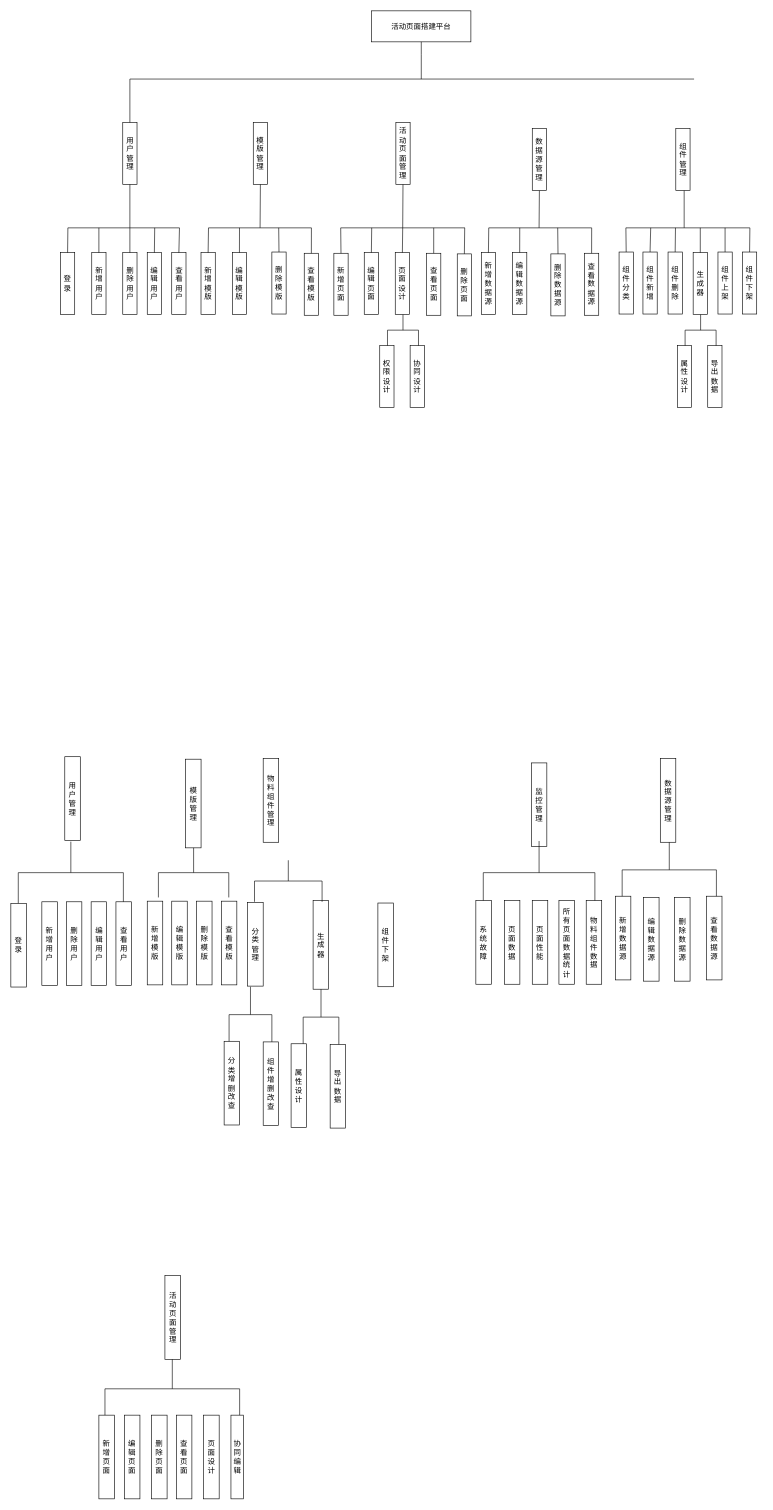
The draw.io diagram 第四章结构图.drawio in yuxinyu12345/diagrams, before the edit. Source tidied: cells renumbered, new cells numbered last; positions are measured from the earlier drawing's top-left corner, leaving out a move shared by most shapes. Both pictures are drawn from the tidied source at 62%, with x=0, y=0 at pixel (11, 11).
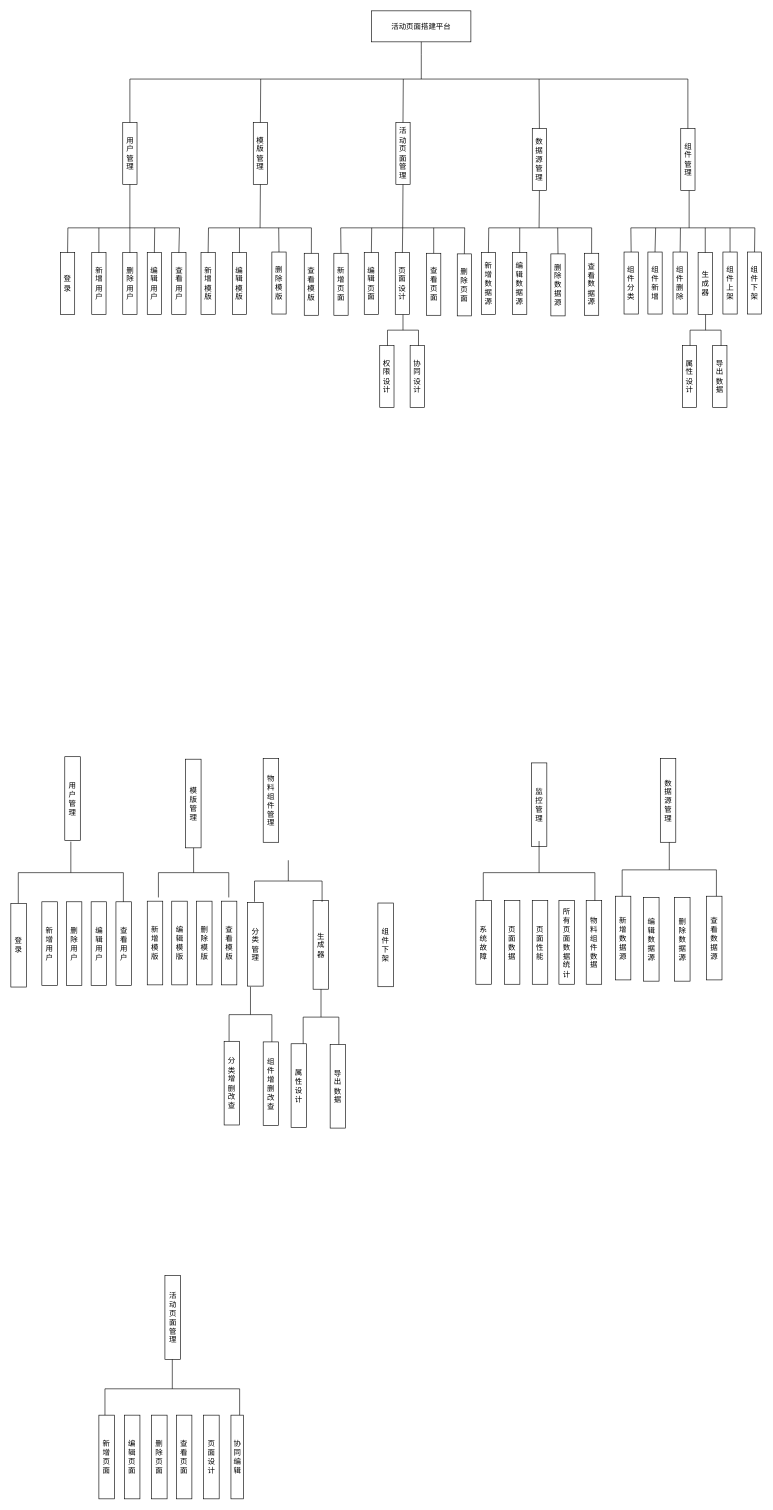
The same diagram, later.

Commit message:
更新第四章结构图.drawio

The change refers to these unchanged cells:
```xml
<mxCell id="49" value="模版管理" style="rounded=0;whiteSpace=wrap;html=1;" parent="1" vertex="1">
  <mxGeometry x="391" y="180" width="23" height="100" as="geometry" />
</mxCell>
<mxCell id="51" value="活动页面管理" style="rounded=0;whiteSpace=wrap;html=1;" parent="1" vertex="1">
  <mxGeometry x="621" y="180" width="23" height="100" as="geometry" />
</mxCell>
<mxCell id="84" value="数据源管理" style="rounded=0;whiteSpace=wrap;html=1;" parent="1" vertex="1">
  <mxGeometry x="841" y="190" width="23" height="100" as="geometry" />
</mxCell>
```

Change to the diagram source:
```diff
@@
     <mxCell id="50" value="组件管理" style="rounded=0;whiteSpace=wrap;html=1;" parent="1" vertex="1">
-      <mxGeometry x="1072.5" y="190" width="23" height="100" as="geometry" />
+      <mxGeometry x="1080.5" y="190" width="23" height="100" as="geometry" />
     </mxCell>
@@
     <mxCell id="53" style="endArrow=none;html=1;rounded=0;" parent="1" edge="1">
       <mxGeometry relative="1" as="geometry">
         <mxPoint x="192" y="110" as="sourcePoint" />
-        <mxPoint x="1102" y="110" as="targetPoint" />
+        <mxPoint x="1092" y="110" as="targetPoint" />
       </mxGeometry>
     </mxCell>
@@
     <mxCell id="102" value="组件分类" style="rounded=0;whiteSpace=wrap;html=1;" parent="1" vertex="1">
-      <mxGeometry x="981" y="389" width="23" height="100" as="geometry" />
+      <mxGeometry x="989" y="389" width="23" height="100" as="geometry" />
     </mxCell>
     <mxCell id="103" value="组件新增" style="rounded=0;whiteSpace=wrap;html=1;" parent="1" vertex="1">
-      <mxGeometry x="1019.5" y="389" width="23" height="100" as="geometry" />
+      <mxGeometry x="1027.5" y="389" width="23" height="100" as="geometry" />
     </mxCell>
     <mxCell id="104" value="组件删除" style="rounded=0;whiteSpace=wrap;html=1;" parent="1" vertex="1">
-      <mxGeometry x="1060" y="389" width="23" height="100" as="geometry" />
+      <mxGeometry x="1068" y="389" width="23" height="100" as="geometry" />
     </mxCell>
     <mxCell id="105" value="生成器" style="rounded=0;whiteSpace=wrap;html=1;" parent="1" vertex="1">
-      <mxGeometry x="1100.5" y="390" width="23" height="100" as="geometry" />
+      <mxGeometry x="1108.5" y="390" width="23" height="100" as="geometry" />
     </mxCell>
     <mxCell id="106" value="组件上架" style="rounded=0;whiteSpace=wrap;html=1;" parent="1" vertex="1">
-      <mxGeometry x="1140.5" y="389" width="23" height="100" as="geometry" />
+      <mxGeometry x="1148.5" y="389" width="23" height="100" as="geometry" />
     </mxCell>
     <mxCell id="107" value="组件下架" style="rounded=0;whiteSpace=wrap;html=1;" parent="1" vertex="1">
-      <mxGeometry x="1180" y="389" width="23" height="100" as="geometry" />
+      <mxGeometry x="1188" y="389" width="23" height="100" as="geometry" />
     </mxCell>
     <mxCell id="108" style="endArrow=none;html=1;rounded=0;entryX=0.5;entryY=1;entryDx=0;entryDy=0;" parent="1" edge="1">
       <mxGeometry relative="1" as="geometry">
-        <mxPoint x="1086" y="350" as="sourcePoint" />
-        <mxPoint x="1086" y="290" as="targetPoint" />
+        <mxPoint x="1094" y="350" as="sourcePoint" />
+        <mxPoint x="1094" y="290" as="targetPoint" />
       </mxGeometry>
     </mxCell>
     <mxCell id="109" style="endArrow=none;html=1;rounded=0;" parent="1" edge="1">
       <mxGeometry relative="1" as="geometry">
-        <mxPoint x="992" y="350" as="sourcePoint" />
-        <mxPoint x="1192" y="350" as="targetPoint" />
+        <mxPoint x="1000" y="350" as="sourcePoint" />
+        <mxPoint x="1200" y="350" as="targetPoint" />
       </mxGeometry>
     </mxCell>
     <mxCell id="110" style="endArrow=none;html=1;rounded=0;exitX=0.5;exitY=0;exitDx=0;exitDy=0;" parent="1" edge="1" source="102">
       <mxGeometry relative="1" as="geometry">
-        <mxPoint x="992" y="350" as="targetPoint" />
+        <mxPoint x="1000" y="350" as="targetPoint" />
       </mxGeometry>
     </mxCell>
     <mxCell id="111" style="endArrow=none;html=1;rounded=0;exitX=0.5;exitY=0;exitDx=0;exitDy=0;" parent="1" edge="1" source="103">
       <mxGeometry relative="1" as="geometry">
-        <mxPoint x="1032" y="350" as="targetPoint" />
+        <mxPoint x="1040" y="350" as="targetPoint" />
       </mxGeometry>
     </mxCell>
     <mxCell id="112" style="endArrow=none;html=1;rounded=0;exitX=0.5;exitY=0;exitDx=0;exitDy=0;" parent="1" edge="1" source="104">
       <mxGeometry relative="1" as="geometry">
-        <mxPoint x="1072" y="350" as="targetPoint" />
+        <mxPoint x="1080" y="350" as="targetPoint" />
       </mxGeometry>
     </mxCell>
     <mxCell id="113" style="endArrow=none;html=1;rounded=0;exitX=0.5;exitY=0;exitDx=0;exitDy=0;" parent="1" edge="1" source="105">
       <mxGeometry relative="1" as="geometry">
-        <mxPoint x="1112" y="350" as="targetPoint" />
+        <mxPoint x="1120" y="350" as="targetPoint" />
       </mxGeometry>
     </mxCell>
     <mxCell id="114" style="endArrow=none;html=1;rounded=0;exitX=0.5;exitY=0;exitDx=0;exitDy=0;" parent="1" edge="1" source="106">
       <mxGeometry relative="1" as="geometry">
-        <mxPoint x="1152" y="350" as="targetPoint" />
+        <mxPoint x="1160" y="350" as="targetPoint" />
       </mxGeometry>
     </mxCell>
     <mxCell id="115" style="endArrow=none;html=1;rounded=0;exitX=0.5;exitY=0;exitDx=0;exitDy=0;" parent="1" edge="1" source="107">
       <mxGeometry relative="1" as="geometry">
-        <mxPoint x="1192" y="350" as="targetPoint" />
+        <mxPoint x="1200" y="350" as="targetPoint" />
       </mxGeometry>
     </mxCell>
@@
     <mxCell id="117" value="属性设计" style="rounded=0;whiteSpace=wrap;html=1;" parent="1" vertex="1">
-      <mxGeometry x="1075" y="540" width="23" height="100" as="geometry" />
+      <mxGeometry x="1083" y="540" width="23" height="100" as="geometry" />
     </mxCell>
     <mxCell id="118" value="导出数据" style="rounded=0;whiteSpace=wrap;html=1;" parent="1" vertex="1">
-      <mxGeometry x="1124" y="540" width="23" height="100" as="geometry" />
+      <mxGeometry x="1132" y="540" width="23" height="100" as="geometry" />
     </mxCell>
     <mxCell id="119" style="strokeWidth=1;html=1;shape=mxgraph.flowchart.annotation_2;align=left;labelPosition=right;direction=south;" parent="1" vertex="1">
-      <mxGeometry x="1087.5" y="490" width="50" height="50" as="geometry" />
+      <mxGeometry x="1095.5" y="490" width="50" height="50" as="geometry" />
     </mxCell>
+    <mxCell id="120" style="endArrow=none;html=1;rounded=0;exitX=0.5;exitY=0;exitDx=0;exitDy=0;" parent="1" edge="1" source="49">
+      <mxGeometry relative="1" as="geometry">
+        <mxPoint x="403" y="110" as="targetPoint" />
+      </mxGeometry>
+    </mxCell>
+    <mxCell id="121" style="endArrow=none;html=1;rounded=0;exitX=0.5;exitY=0;exitDx=0;exitDy=0;" parent="1" edge="1" source="51">
+      <mxGeometry relative="1" as="geometry">
+        <mxPoint x="633" y="110" as="targetPoint" />
+      </mxGeometry>
+    </mxCell>
+    <mxCell id="122" style="endArrow=none;html=1;rounded=0;exitX=0.5;exitY=0;exitDx=0;exitDy=0;" parent="1" edge="1" source="84">
+      <mxGeometry relative="1" as="geometry">
+        <mxPoint x="852" y="110" as="targetPoint" />
+      </mxGeometry>
+    </mxCell>
+    <mxCell id="123" style="endArrow=none;html=1;rounded=0;entryX=0.5;entryY=0;entryDx=0;entryDy=0;" parent="1" edge="1" target="50">
+      <mxGeometry relative="1" as="geometry">
+        <mxPoint x="1092" y="110" as="sourcePoint" />
+      </mxGeometry>
+    </mxCell>
```
